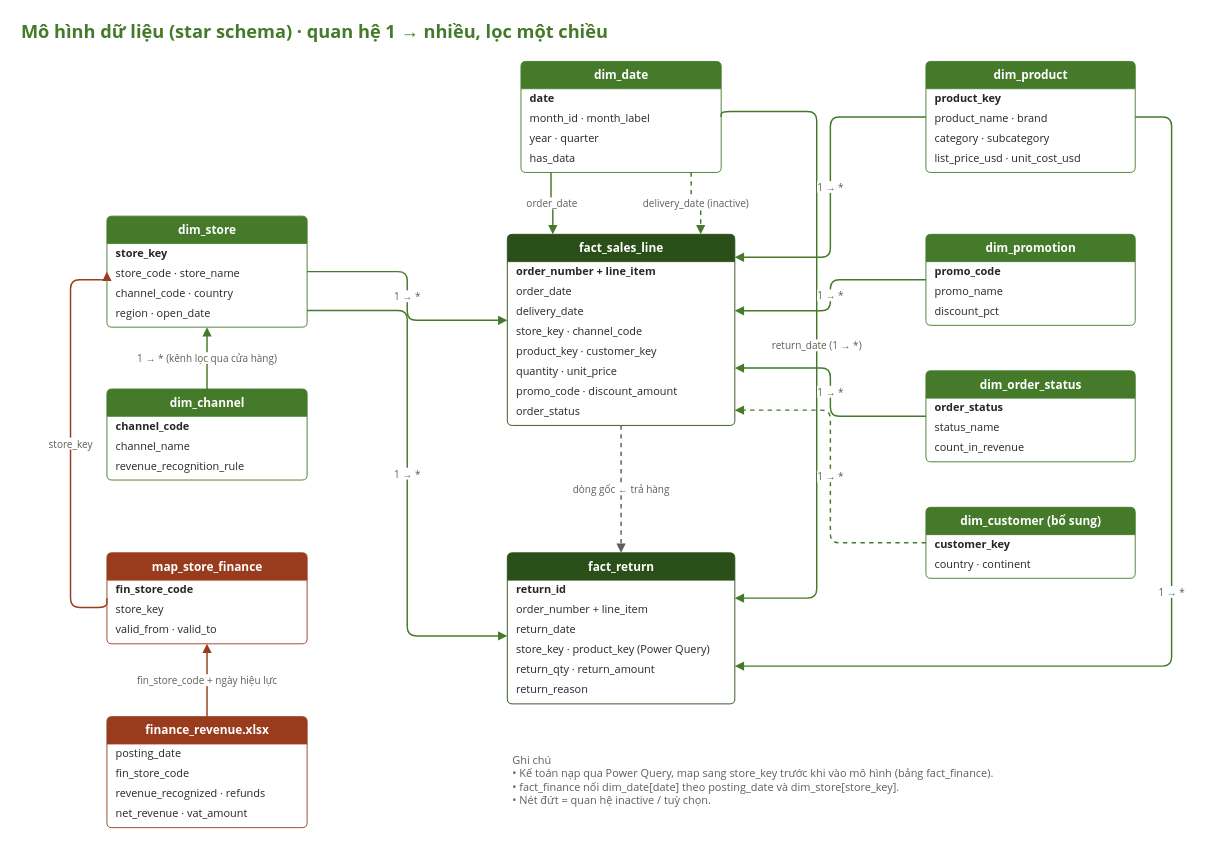
Earlier version of the draw.io diagram Sales/Sales Data/Project 1/diagrams/02_mo_hinh_du_lieu.drawio (nguyennguyenphuc/eDA-Mentor). Source tidied: cells renumbered, new cells numbered last; positions are measured from the earlier drawing's top-left corner, leaving out a move shared by most shapes. Both pictures are drawn from the tidied source at 91%, with x=0, y=0 at pixel (15, 15).
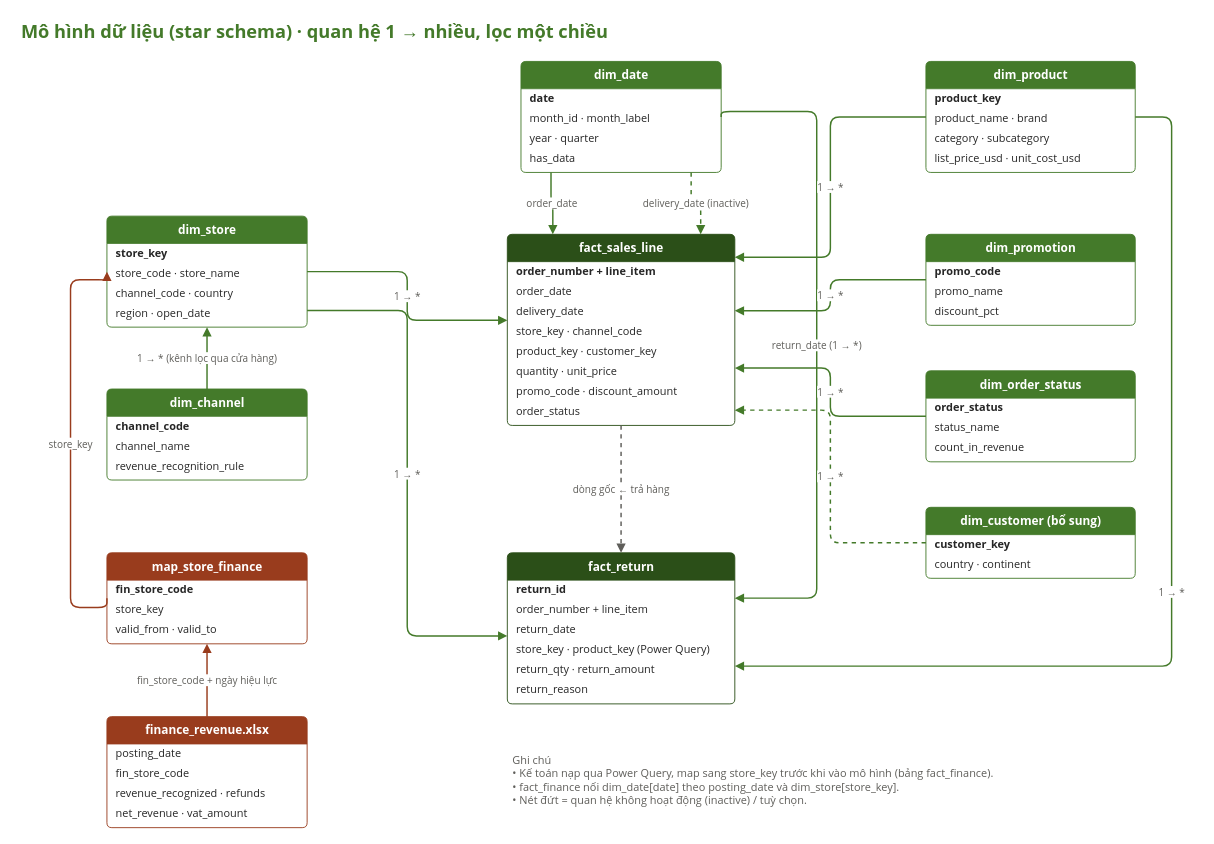
The same page after the edit.

Diff of the diagram source:
```diff
@@
-    <mxCell id="72" value="Ghi chú&lt;br&gt;• Kế toán nạp qua Power Query, map sang store_key trước khi vào mô hình (bảng fact_finance).&lt;br&gt;• fact_finance nối dim_date[date] theo posting_date và dim_store[store_key].&lt;br&gt;• Nét đứt = quan hệ inactive / tuỳ chọn." style="text;whiteSpace=wrap;html=1;fillColor=none;strokeColor=none;fontColor=#5F5E5A;fontSize=12;fontFamily=Segoe UI;align=left;verticalAlign=middle;spacing=6;" parent="1" vertex="1">
+    <mxCell id="72" value="Ghi chú&lt;br&gt;• Kế toán nạp qua Power Query, map sang store_key trước khi vào mô hình (bảng fact_finance).&lt;br&gt;• fact_finance nối dim_date[date] theo posting_date và dim_store[store_key].&lt;br&gt;• Nét đứt = quan hệ không hoạt động (inactive) / tuỳ chọn." style="text;whiteSpace=wrap;html=1;fillColor=none;strokeColor=none;fontColor=#5F5E5A;fontSize=12;fontFamily=Segoe UI;align=left;verticalAlign=middle;spacing=6;" parent="1" vertex="1">
       <mxGeometry x="540" y="790" width="700" height="100" as="geometry" />
     </mxCell>
```
